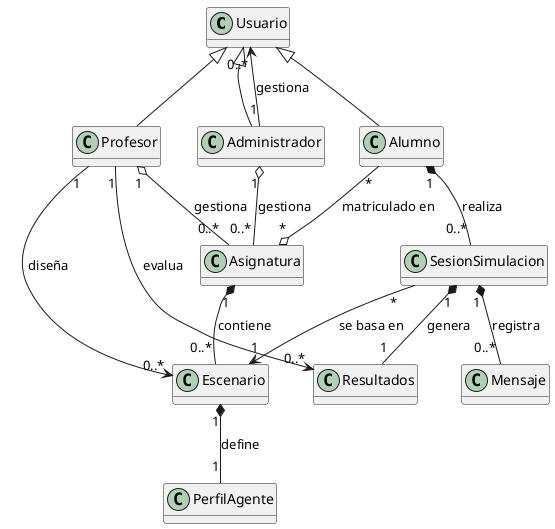
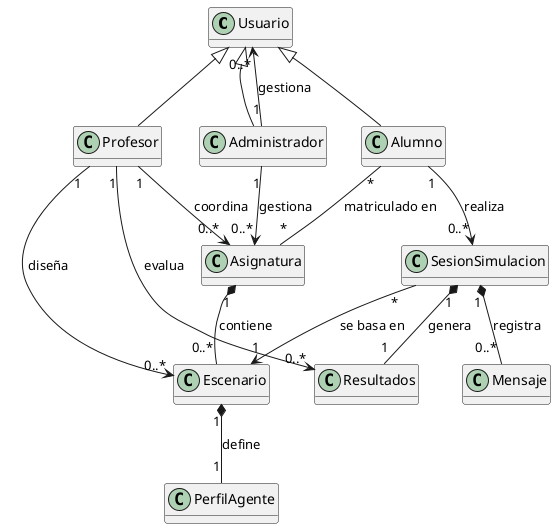
@startuml
skinparam classAttributeIconSize 0
hide methods

class Usuario
class Administrador
class Profesor
class Alumno

class Asignatura

class Escenario
class PerfilAgente

class SesionSimulacion
class Mensaje
class Resultados

Usuario <|-- Administrador
Usuario <|-- Profesor
Usuario <|-- Alumno

Administrador "1" --> "0..*" Usuario : gestiona

- Administrador "1" o-- "0..*" Asignatura : gestiona
- Profesor "1" o-- "0..*" Asignatura : gestiona
- Alumno "*" --o "*" Asignatura : matriculado en
+ Administrador "1" --> "0..*" Asignatura : gestiona
+ Profesor "1" --> "0..*" Asignatura : coordina
+ Alumno "*" -- "*" Asignatura : matriculado en

Asignatura "1" *-- "0..*" Escenario : contiene
Profesor "1" --> "0..*" Escenario : diseña
Escenario "1" *-- "1" PerfilAgente : define

- Alumno "1" *-- "0..*" SesionSimulacion : realiza
+ Alumno "1" --> "0..*" SesionSimulacion : realiza
SesionSimulacion "*" --> "1" Escenario : se basa en
SesionSimulacion "1" *-- "1" Resultados : genera

Profesor "1" --> "0..*" Resultados : evalua

SesionSimulacion "1" *-- "0..*" Mensaje : registra
@enduml